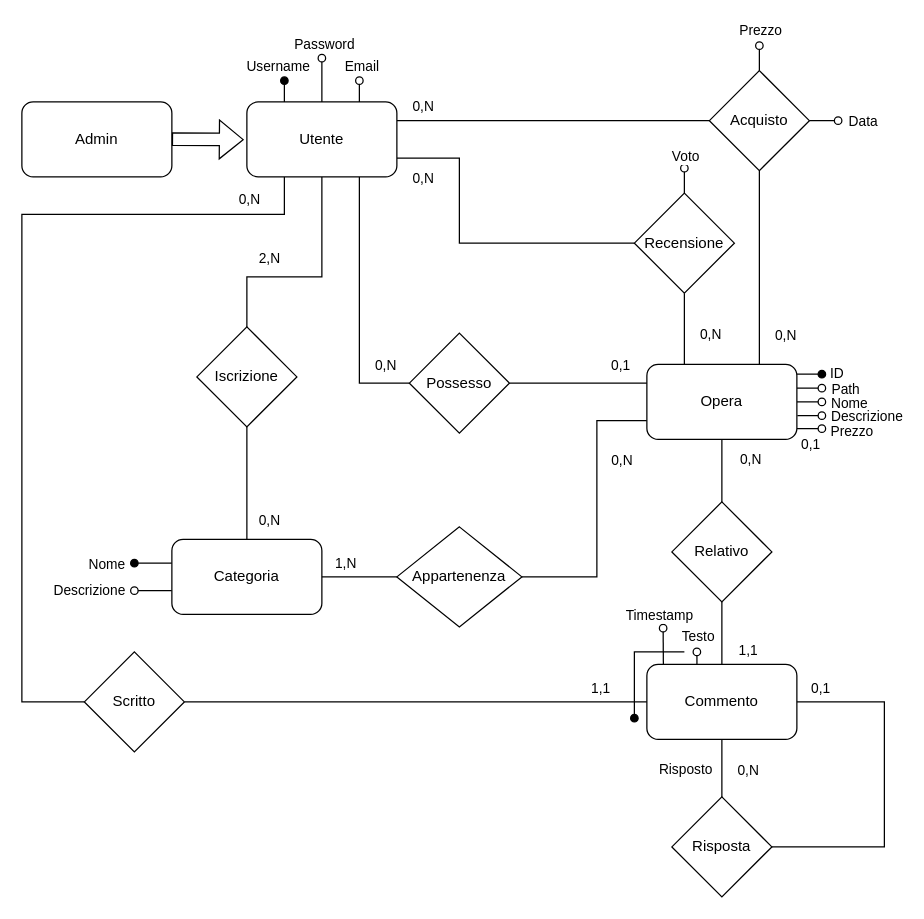
Before: page "Pagina-2" (1 of 3) of DB/schema_concettuale.drawio in Giuseppe5000/TecWeb, a draw.io diagram. Source tidied: cells renumbered, new cells numbered last; positions are measured from the earlier drawing's top-left corner, leaving out a move shared by most shapes. Both pictures are drawn from the tidied source at 125%, with x=0, y=0 at pixel (21, 45).
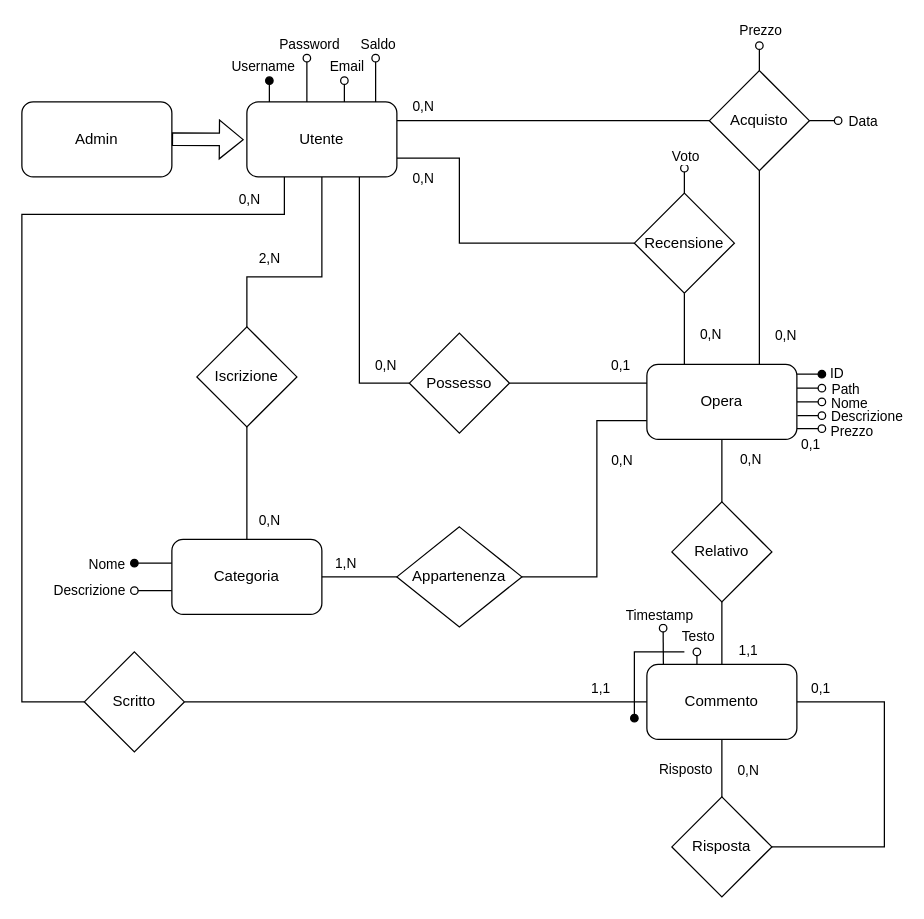
Above is the later version.

Commit message (it also covers changes not shown here):
aggiunto attributo saldo ad utente #8

Unchanged cells that the change refers to:
```xml
<mxCell id="6" value="Utente" style="rounded=1;whiteSpace=wrap;html=1;" parent="1" vertex="1">
  <mxGeometry x="180" y="45" width="120" height="60" as="geometry" />
</mxCell>
```

The edit, as a diff of the source:
```diff
@@
-    <mxCell id="7" style="edgeStyle=orthogonalEdgeStyle;rounded=0;jettySize=auto;html=1;endArrow=oval;endFill=1;exitX=0.25;exitY=0;exitDx=0;exitDy=0;" parent="1" edge="1" source="6">
+    <mxCell id="7" style="edgeStyle=orthogonalEdgeStyle;rounded=0;orthogonalLoop=1;jettySize=auto;html=1;endArrow=oval;endFill=1;exitX=0.25;exitY=0;exitDx=0;exitDy=0;" parent="1" edge="1">
       <mxGeometry relative="1" as="geometry">
-        <mxPoint x="210" y="28" as="targetPoint" />
+        <mxPoint x="198" y="45" as="sourcePoint" />
+        <mxPoint x="198" y="28" as="targetPoint" />
         <Array as="points">
-          <mxPoint x="210" y="38" />
-          <mxPoint x="210" y="38" />
+          <mxPoint x="198" y="38" />
+          <mxPoint x="198" y="38" />
         </Array>
       </mxGeometry>
     </mxCell>
@@
-    <mxCell id="10" style="edgeStyle=orthogonalEdgeStyle;rounded=0;jettySize=auto;html=1;endArrow=oval;endFill=0;exitX=0.5;exitY=0;exitDx=0;exitDy=0;" parent="1" edge="1" source="6">
+    <mxCell id="10" style="edgeStyle=orthogonalEdgeStyle;rounded=0;orthogonalLoop=1;jettySize=auto;html=1;endArrow=oval;endFill=0;exitX=0.5;exitY=0;exitDx=0;exitDy=0;" parent="1" edge="1">
       <mxGeometry relative="1" as="geometry">
-        <mxPoint x="240" y="10" as="targetPoint" />
+        <mxPoint x="228" y="45" as="sourcePoint" />
+        <mxPoint x="228" y="10" as="targetPoint" />
       </mxGeometry>
     </mxCell>
@@
-    <mxCell id="74" style="edgeStyle=orthogonalEdgeStyle;rounded=0;jettySize=auto;html=1;endArrow=oval;endFill=0;exitX=0.75;exitY=0;exitDx=0;exitDy=0;" parent="1" edge="1" source="6">
+    <mxCell id="74" style="edgeStyle=orthogonalEdgeStyle;rounded=0;orthogonalLoop=1;jettySize=auto;html=1;endArrow=oval;endFill=0;exitX=0.75;exitY=0;exitDx=0;exitDy=0;" parent="1" edge="1">
       <mxGeometry relative="1" as="geometry">
-        <mxPoint x="270" y="28" as="targetPoint" />
+        <mxPoint x="258" y="45" as="sourcePoint" />
+        <mxPoint x="258" y="28" as="targetPoint" />
       </mxGeometry>
     </mxCell>
@@
+    <mxCell id="81" style="edgeStyle=orthogonalEdgeStyle;rounded=0;orthogonalLoop=1;jettySize=auto;html=1;endArrow=oval;endFill=0;exitX=0.5;exitY=0;exitDx=0;exitDy=0;" parent="1" edge="1">
+      <mxGeometry relative="1" as="geometry">
+        <mxPoint x="283" y="45" as="sourcePoint" />
+        <mxPoint x="283" y="10" as="targetPoint" />
+      </mxGeometry>
+    </mxCell>
+    <mxCell id="82" value="Saldo" style="edgeLabel;html=1;align=center;verticalAlign=middle;" parent="81" vertex="1">
+      <mxGeometry x="0.88" relative="1" as="geometry">
+        <mxPoint x="1" y="-14" as="offset" />
+      </mxGeometry>
+    </mxCell>
```
